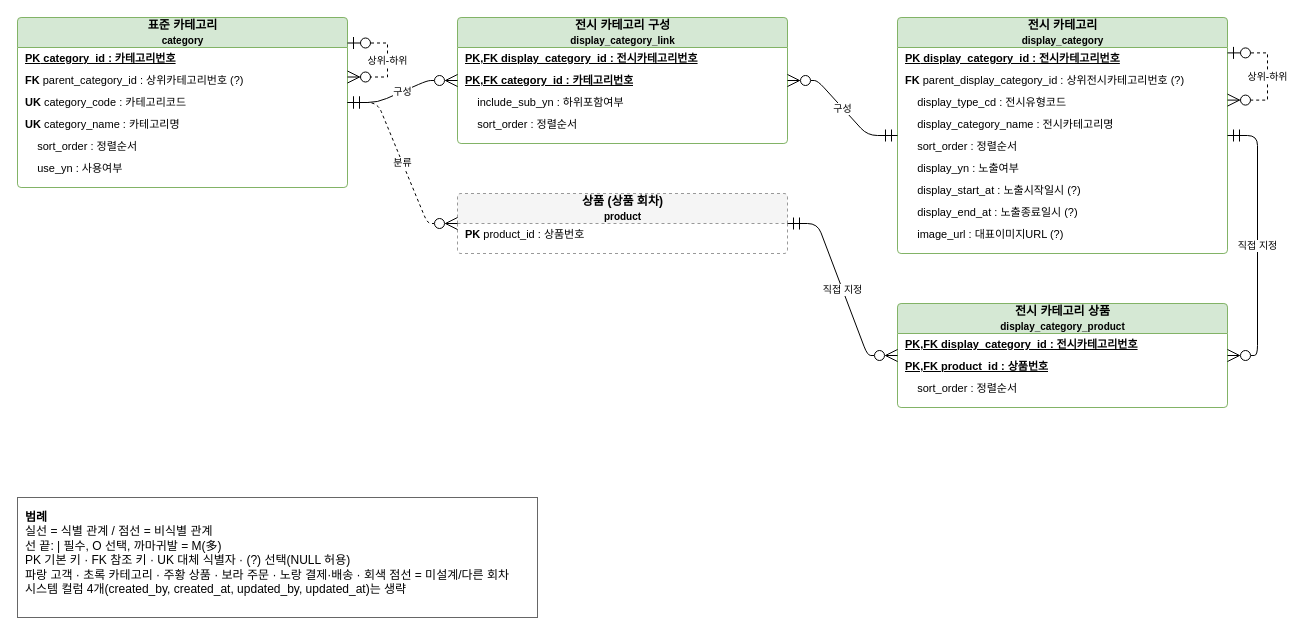
The draw.io diagram page "카테고리" (3 of 7) of modeling/erd/erd_전체.drawio in ymink716/shoppingmall, before the edit. Source tidied: cells renumbered, new cells numbered last; positions are measured from the earlier drawing's top-left corner, leaving out a move shared by most shapes. Both pictures are drawn from the tidied source at 100%, with x=0, y=0 at pixel (17, 17).
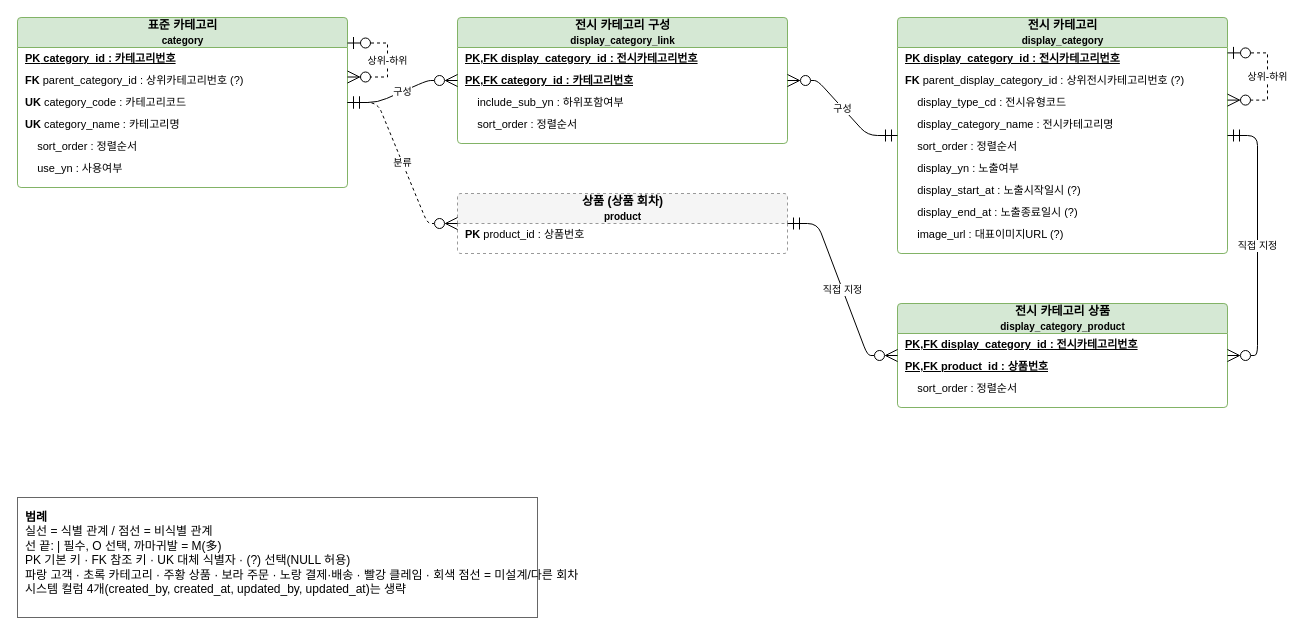
After the change.

The edit, as a diff of the source:
```diff
@@
-    <mxCell id="37" value="&lt;b&gt;범례&lt;/b&gt;&lt;br&gt;실선 = 식별 관계 / 점선 = 비식별 관계&lt;br&gt;선 끝: | 필수, O 선택, 까마귀발 = M(多)&lt;br&gt;PK 기본 키 · FK 참조 키 · UK 대체 식별자 · (?) 선택(NULL 허용)&lt;br&gt;파랑 고객 · 초록 카테고리 · 주황 상품 · 보라 주문 · 노랑 결제·배송 · 회색 점선 = 미설계/다른 회차&lt;br&gt;시스템 컬럼 4개(created_by, created_at, updated_by, updated_at)는 생략" style="text;html=1;align=left;verticalAlign=top;spacing=8;fillColor=#ffffff;strokeColor=#666666;fontSize=12;" parent="1" vertex="1">
+    <mxCell id="37" value="&lt;b&gt;범례&lt;/b&gt;&lt;br&gt;실선 = 식별 관계 / 점선 = 비식별 관계&lt;br&gt;선 끝: | 필수, O 선택, 까마귀발 = M(多)&lt;br&gt;PK 기본 키 · FK 참조 키 · UK 대체 식별자 · (?) 선택(NULL 허용)&lt;br&gt;파랑 고객 · 초록 카테고리 · 주황 상품 · 보라 주문 · 노랑 결제·배송 · 빨강 클레임 · 회색 점선 = 미설계/다른 회차&lt;br&gt;시스템 컬럼 4개(created_by, created_at, updated_by, updated_at)는 생략" style="text;html=1;align=left;verticalAlign=top;spacing=8;fillColor=#ffffff;strokeColor=#666666;fontSize=12;" parent="1" vertex="1">
       <mxGeometry y="480" width="520" height="120" as="geometry" />
     </mxCell>
```
